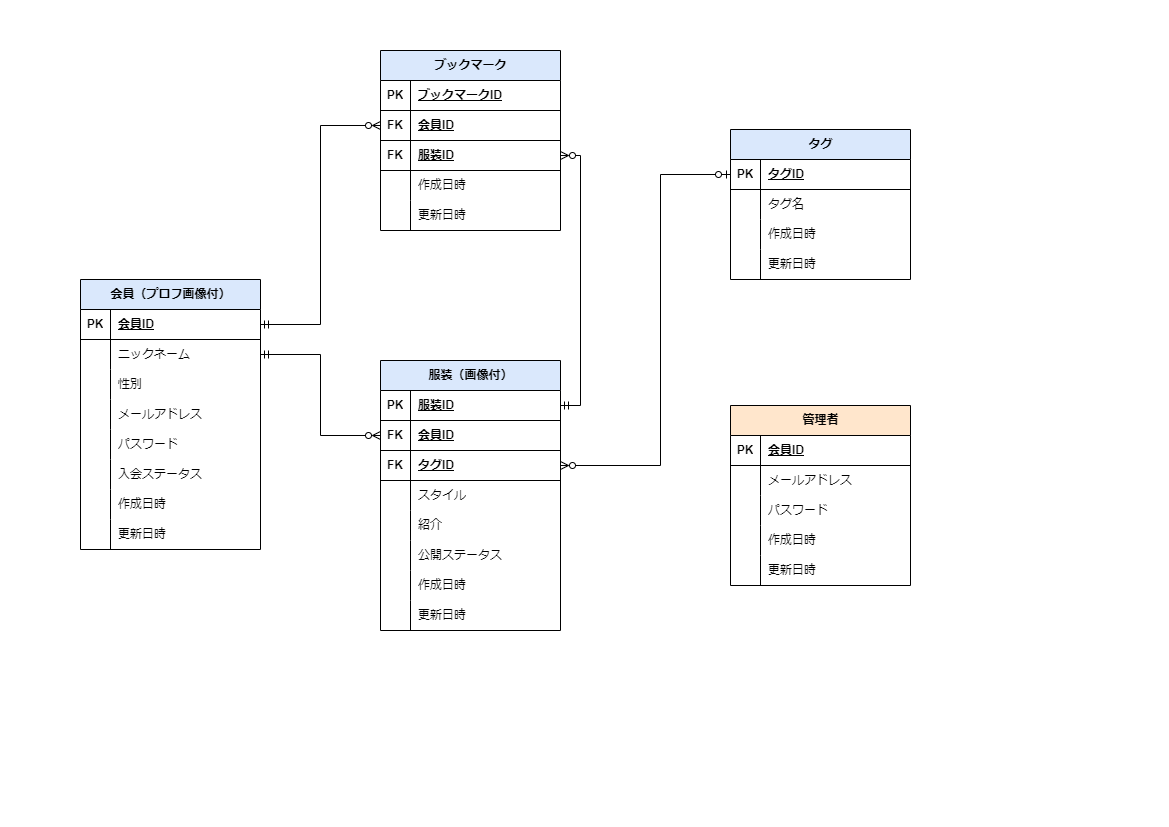
This is app/assets/images/RANDINATE ER図.drawio.png from shikumiru/PF_randinate, a draw.io export, as it was before one commit. Source tidied: cells renumbered, new cells last; positions are measured from the earlier drawing's top-left corner, leaving out a move shared by most shapes.
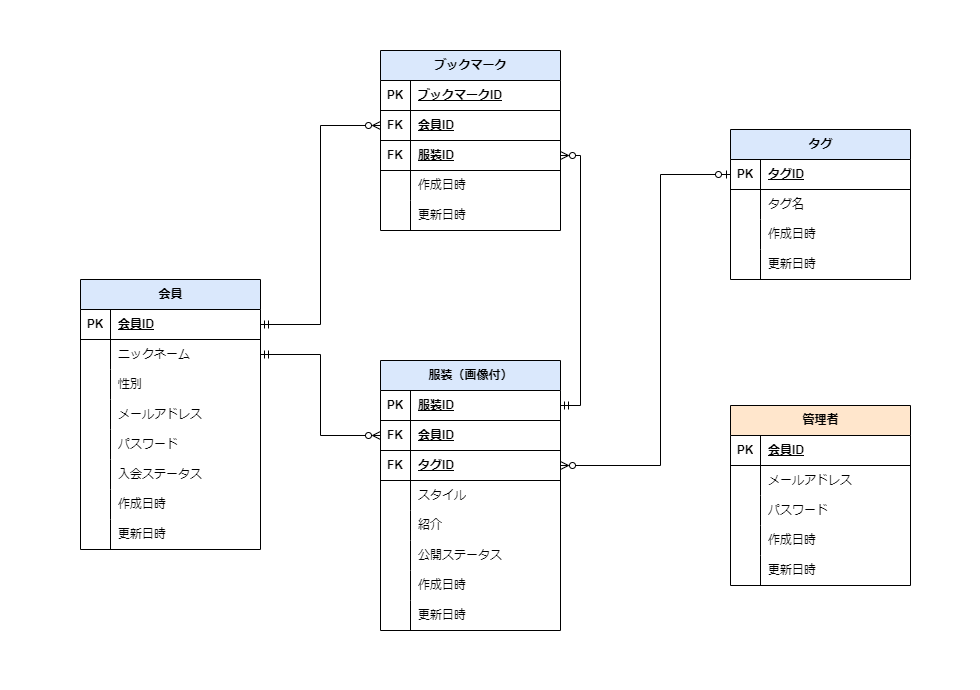
After the commit.

The edit, as a diff of the source:
```diff
@@ -2,7 +2,7 @@
   <root>
     <mxCell id="0" />
     <mxCell id="1" parent="0" />
-    <mxCell id="2" value="会員（プロフ画像付）" style="shape=table;startSize=30;rowLines=0;fontStyle=1;align=center;html=1;fillColor=#dae8fc;strokeColor=default;" parent="1" vertex="1">
+    <mxCell id="2" value="会員" style="shape=table;startSize=30;rowLines=0;fontStyle=1;align=center;html=1;fillColor=#dae8fc;strokeColor=default;" parent="1" vertex="1">
       <mxGeometry y="229" width="180" height="270" as="geometry" />
     </mxCell>
     <mxCell id="3" style="shape=tableRow;horizontal=0;startSize=0;swimlaneHead=0;swimlaneBody=0;fillColor=none;points=[[0,0.5],[1,0.5]];portConstraint=eastwest;top=0;left=0;right=0;bottom=1;" parent="2" vertex="1">
```
